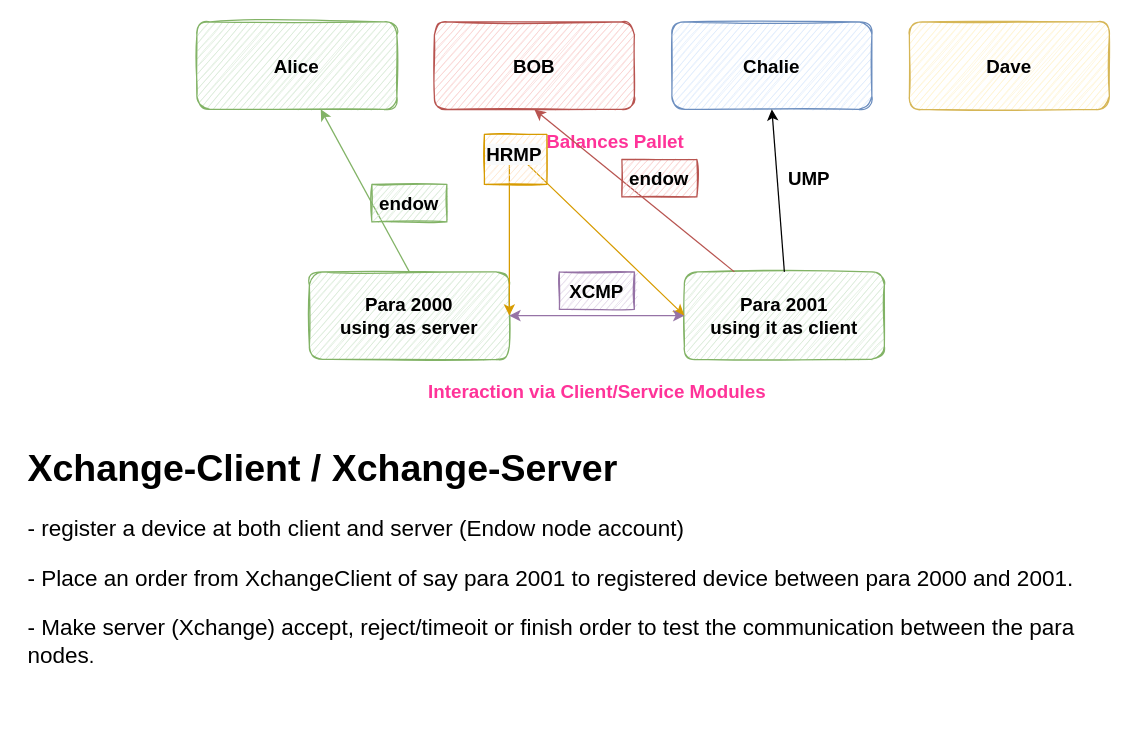
saraswatpuneet/xcm-auto-bank keeps this draw.io diagram as node_arch_functionality.drawio. Above is the earlier version. Source tidied: cells renumbered, new cells numbered last; positions are measured from the earlier drawing's top-left corner, leaving out a move shared by most shapes. Both pictures are drawn from the tidied source at 125%, with x=0, y=0 at pixel (21, 21).
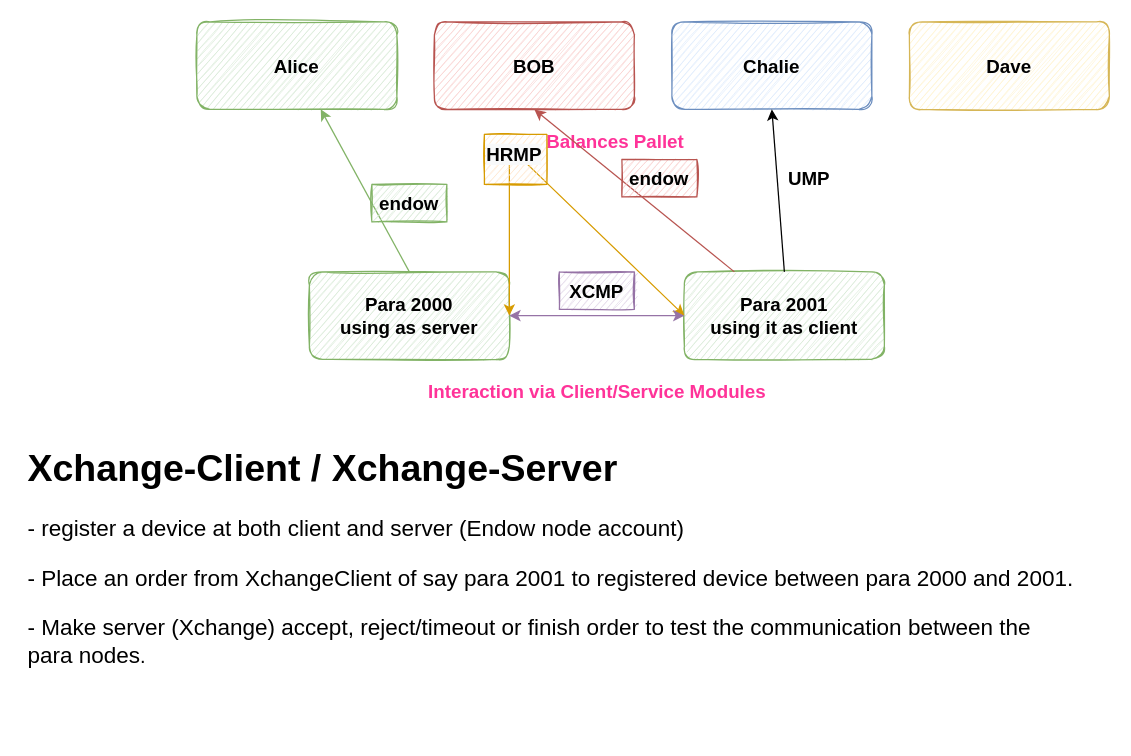
The same diagram, later.

Change to the diagram source:
```diff
@@
-    <mxCell id="18" value="&lt;h1&gt;Xchange-Client / Xchange-Server&lt;/h1&gt;&lt;p style=&quot;font-size: 18px&quot;&gt;&lt;font style=&quot;font-size: 18px&quot;&gt;- register a device at both client and server (Endow node account)&lt;/font&gt;&lt;/p&gt;&lt;p style=&quot;font-size: 18px&quot;&gt;&lt;font style=&quot;font-size: 18px&quot;&gt;- Place an order from XchangeClient of say para 2001 to registered device between para 2000 and 2001.&lt;/font&gt;&lt;/p&gt;&lt;p style=&quot;font-size: 18px&quot;&gt;&lt;font style=&quot;font-size: 18px&quot;&gt;- Make server (Xchange) accept, reject/timeoit or finish order to test the communication between the para nodes&lt;/font&gt;&lt;span style=&quot;font-size: 16px&quot;&gt;.&amp;nbsp;&lt;br&gt;&lt;/span&gt;&lt;/p&gt;&lt;p style=&quot;font-size: 16px&quot;&gt;&lt;br&gt;&lt;/p&gt;" style="text;html=1;strokeColor=none;fillColor=none;spacing=5;spacingTop=-20;whiteSpace=wrap;overflow=hidden;rounded=0;shadow=0;sketch=1;fontSize=15;fontColor=#000000;" parent="1" vertex="1">
+    <mxCell id="18" value="&lt;h1&gt;Xchange-Client / Xchange-Server&lt;/h1&gt;&lt;p style=&quot;font-size: 18px&quot;&gt;&lt;font style=&quot;font-size: 18px&quot;&gt;- register a device at both client and server (Endow node account)&lt;/font&gt;&lt;/p&gt;&lt;p style=&quot;font-size: 18px&quot;&gt;&lt;font style=&quot;font-size: 18px&quot;&gt;- Place an order from XchangeClient of say para 2001 to registered device between para 2000 and 2001.&lt;/font&gt;&lt;/p&gt;&lt;p style=&quot;font-size: 18px&quot;&gt;&lt;font style=&quot;font-size: 18px&quot;&gt;- Make server (Xchange) accept, reject/timeout or finish order to test the communication between the para nodes&lt;/font&gt;&lt;span style=&quot;font-size: 16px&quot;&gt;.&amp;nbsp;&lt;br&gt;&lt;/span&gt;&lt;/p&gt;&lt;p style=&quot;font-size: 16px&quot;&gt;&lt;br&gt;&lt;/p&gt;" style="text;html=1;strokeColor=none;fillColor=none;spacing=5;spacingTop=-20;whiteSpace=wrap;overflow=hidden;rounded=0;shadow=0;sketch=1;fontSize=15;fontColor=#000000;" parent="1" vertex="1">
       <mxGeometry y="330" width="850" height="240" as="geometry" />
     </mxCell>
```
